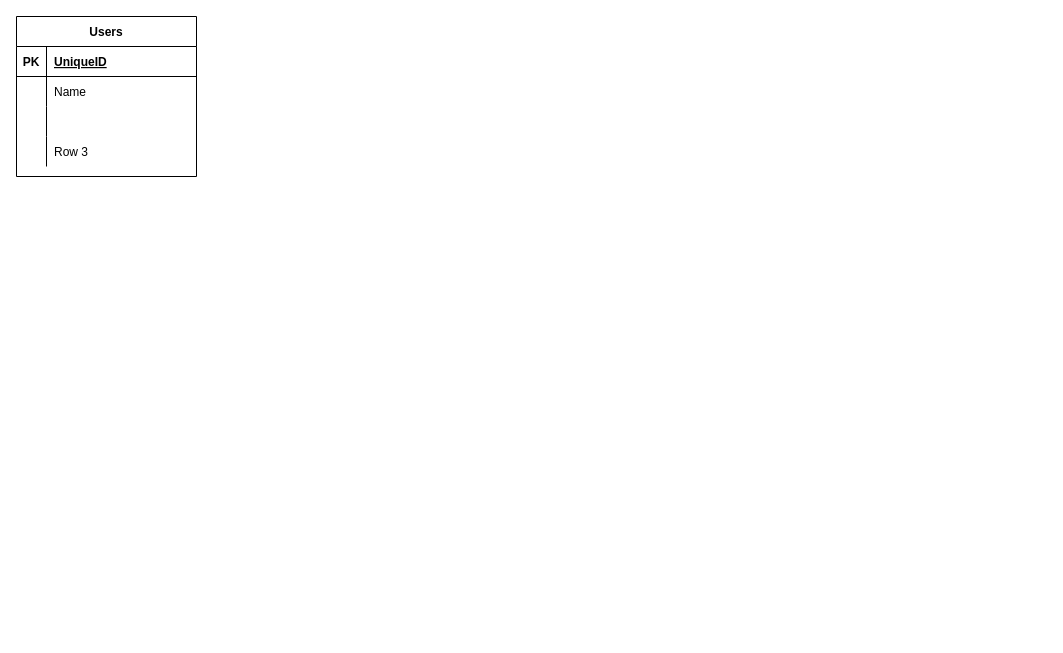
AkiyoshiSatoshi/EC_Backend keeps this draw.io diagram as db_contruct.dio. Above is the earlier version. Source tidied: cells renumbered, new cells numbered last; positions are measured from the earlier drawing's top-left corner, leaving out a move shared by most shapes. Both pictures are drawn from the tidied source at 100%, with x=0, y=0 at pixel (16, 16).
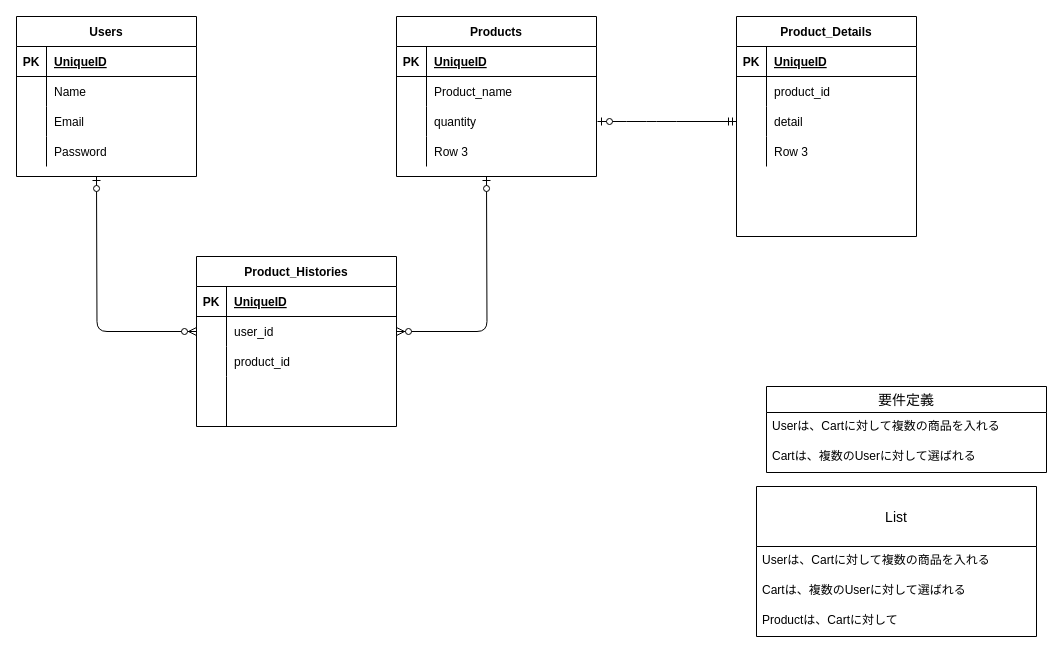
After the change.

Commit message (it also covers changes not shown here):
Product create seeder function and add index and show function

Unchanged cells that the change refers to:
```xml
<mxCell id="9" style="shape=partialRectangle;fillColor=none;top=0;left=0;bottom=0;right=0;" parent="2" vertex="1">
  <mxGeometry y="90" width="180" height="30" as="geometry" />
</mxCell>
<mxCell id="12" style="shape=partialRectangle;fillColor=none;top=0;left=0;bottom=0;right=0;" parent="2" vertex="1">
  <mxGeometry y="120" width="180" height="30" as="geometry" />
</mxCell>
```

What changed in the source:
```diff
@@
-    <mxCell id="11" style="shape=partialRectangle;fillColor=none;top=0;left=0;bottom=0;right=0;align=left;spacingLeft=6;overflow=hidden;" parent="9" vertex="1">
+    <mxCell id="11" value="Email" style="shape=partialRectangle;fillColor=none;top=0;left=0;bottom=0;right=0;align=left;spacingLeft=6;overflow=hidden;" parent="9" vertex="1">
       <mxGeometry x="30" width="150" height="30" as="geometry" />
     </mxCell>
@@
-    <mxCell id="14" value="Row 3" style="shape=partialRectangle;fillColor=none;top=0;left=0;bottom=0;right=0;align=left;spacingLeft=6;overflow=hidden;" parent="12" vertex="1">
+    <mxCell id="14" value="Password" style="shape=partialRectangle;fillColor=none;top=0;left=0;bottom=0;right=0;align=left;spacingLeft=6;overflow=hidden;" parent="12" vertex="1">
       <mxGeometry x="30" width="150" height="30" as="geometry" />
     </mxCell>
+    <mxCell id="15" value="Product_Details" style="shape=table;startSize=30;childLayout=tableLayout;rowLines=0;fontStyle=1;align=center;" parent="1" vertex="1">
+      <mxGeometry x="720" width="180" height="220" as="geometry" />
+    </mxCell>
+    <mxCell id="16" style="shape=partialRectangle;fillColor=none;top=0;left=0;bottom=1;right=0;" parent="15" vertex="1">
+      <mxGeometry y="30" width="180" height="30" as="geometry" />
+    </mxCell>
+    <mxCell id="17" value="PK" style="shape=partialRectangle;fillColor=none;top=0;left=0;bottom=0;right=0;fontStyle=1;overflow=hidden;" parent="16" vertex="1">
+      <mxGeometry width="30" height="30" as="geometry" />
+    </mxCell>
+    <mxCell id="18" value="UniqueID" style="shape=partialRectangle;fillColor=none;top=0;left=0;bottom=0;right=0;align=left;spacingLeft=6;fontStyle=5;overflow=hidden;" parent="16" vertex="1">
+      <mxGeometry x="30" width="150" height="30" as="geometry" />
+    </mxCell>
+    <mxCell id="19" style="shape=partialRectangle;fillColor=none;top=0;left=0;bottom=0;right=0;" parent="15" vertex="1">
+      <mxGeometry y="60" width="180" height="30" as="geometry" />
+    </mxCell>
+    <mxCell id="20" style="shape=partialRectangle;fillColor=none;top=0;left=0;bottom=0;right=0;overflow=hidden;" parent="19" vertex="1">
+      <mxGeometry width="30" height="30" as="geometry" />
+    </mxCell>
+    <mxCell id="21" value="product_id" style="shape=partialRectangle;fillColor=none;top=0;left=0;bottom=0;right=0;align=left;spacingLeft=6;overflow=hidden;" parent="19" vertex="1">
+      <mxGeometry x="30" width="150" height="30" as="geometry" />
+    </mxCell>
+    <mxCell id="22" style="shape=partialRectangle;fillColor=none;top=0;left=0;bottom=0;right=0;points=[[0,0.5],[1,0.5]];portConstraint=eastwest;" parent="15" vertex="1">
+      <mxGeometry y="90" width="180" height="30" as="geometry" />
+    </mxCell>
+    <mxCell id="23" style="shape=partialRectangle;fillColor=none;top=0;left=0;bottom=0;right=0;overflow=hidden;" parent="22" vertex="1">
+      <mxGeometry width="30" height="30" as="geometry" />
+    </mxCell>
+    <mxCell id="24" value="detail" style="shape=partialRectangle;fillColor=none;top=0;left=0;bottom=0;right=0;align=left;spacingLeft=6;overflow=hidden;" parent="22" vertex="1">
+      <mxGeometry x="30" width="150" height="30" as="geometry" />
+    </mxCell>
+    <mxCell id="25" style="shape=partialRectangle;fillColor=none;top=0;left=0;bottom=0;right=0;" parent="15" vertex="1">
+      <mxGeometry y="120" width="180" height="30" as="geometry" />
+    </mxCell>
+    <mxCell id="26" style="shape=partialRectangle;fillColor=none;top=0;left=0;bottom=0;right=0;overflow=hidden;" parent="25" vertex="1">
+      <mxGeometry width="30" height="30" as="geometry" />
+    </mxCell>
+    <mxCell id="27" value="Row 3" style="shape=partialRectangle;fillColor=none;top=0;left=0;bottom=0;right=0;align=left;spacingLeft=6;overflow=hidden;" parent="25" vertex="1">
+      <mxGeometry x="30" width="150" height="30" as="geometry" />
+    </mxCell>
+    <mxCell id="28" value="要件定義" style="swimlane;fontStyle=0;horizontal=1;startSize=26;align=center;fontSize=14;" parent="1" vertex="1">
+      <mxGeometry x="750" y="370" width="280" height="86" as="geometry" />
+    </mxCell>
+    <mxCell id="29" value="Userは、Cartに対して複数の商品を入れる" style="text;strokeColor=none;fillColor=none;spacingLeft=4;spacingRight=4;overflow=hidden;fontSize=12;" parent="28" vertex="1">
+      <mxGeometry y="26" width="280" height="30" as="geometry" />
+    </mxCell>
+    <mxCell id="30" value="Cartは、複数のUserに対して選ばれる" style="text;strokeColor=none;fillColor=none;spacingLeft=4;spacingRight=4;overflow=hidden;fontSize=12;" parent="28" vertex="1">
+      <mxGeometry y="56" width="280" height="30" as="geometry" />
+    </mxCell>
+    <mxCell id="31" value="Products" style="shape=table;startSize=30;childLayout=tableLayout;rowLines=0;fontStyle=1;align=center;" parent="1" vertex="1">
+      <mxGeometry x="380" width="200" height="160" as="geometry" />
+    </mxCell>
+    <mxCell id="32" style="shape=partialRectangle;fillColor=none;top=0;left=0;bottom=1;right=0;" parent="31" vertex="1">
+      <mxGeometry y="30" width="200" height="30" as="geometry" />
+    </mxCell>
+    <mxCell id="33" value="PK" style="shape=partialRectangle;fillColor=none;top=0;left=0;bottom=0;right=0;fontStyle=1;overflow=hidden;" parent="32" vertex="1">
+      <mxGeometry width="30" height="30" as="geometry" />
+    </mxCell>
+    <mxCell id="34" value="UniqueID" style="shape=partialRectangle;fillColor=none;top=0;left=0;bottom=0;right=0;align=left;spacingLeft=6;fontStyle=5;overflow=hidden;" parent="32" vertex="1">
+      <mxGeometry x="30" width="170" height="30" as="geometry" />
+    </mxCell>
+    <mxCell id="35" style="shape=partialRectangle;fillColor=none;top=0;left=0;bottom=0;right=0;" parent="31" vertex="1">
+      <mxGeometry y="60" width="200" height="30" as="geometry" />
+    </mxCell>
+    <mxCell id="36" style="shape=partialRectangle;fillColor=none;top=0;left=0;bottom=0;right=0;overflow=hidden;" parent="35" vertex="1">
+      <mxGeometry width="30" height="30" as="geometry" />
+    </mxCell>
+    <mxCell id="37" value="Product_name" style="shape=partialRectangle;fillColor=none;top=0;left=0;bottom=0;right=0;align=left;spacingLeft=6;overflow=hidden;" parent="35" vertex="1">
+      <mxGeometry x="30" width="170" height="30" as="geometry" />
+    </mxCell>
+    <mxCell id="38" style="shape=partialRectangle;fillColor=none;top=0;left=0;bottom=0;right=0;" parent="31" vertex="1">
+      <mxGeometry y="90" width="200" height="30" as="geometry" />
+    </mxCell>
+    <mxCell id="39" style="shape=partialRectangle;fillColor=none;top=0;left=0;bottom=0;right=0;overflow=hidden;" parent="38" vertex="1">
+      <mxGeometry width="30" height="30" as="geometry" />
+    </mxCell>
+    <mxCell id="40" value="quantity" style="shape=partialRectangle;fillColor=none;top=0;left=0;bottom=0;right=0;align=left;spacingLeft=6;overflow=hidden;" parent="38" vertex="1">
+      <mxGeometry x="30" width="170" height="30" as="geometry" />
+    </mxCell>
+    <mxCell id="41" style="shape=partialRectangle;fillColor=none;top=0;left=0;bottom=0;right=0;" parent="31" vertex="1">
+      <mxGeometry y="120" width="200" height="30" as="geometry" />
+    </mxCell>
+    <mxCell id="42" style="shape=partialRectangle;fillColor=none;top=0;left=0;bottom=0;right=0;overflow=hidden;" parent="41" vertex="1">
+      <mxGeometry width="30" height="30" as="geometry" />
+    </mxCell>
+    <mxCell id="43" value="Row 3" style="shape=partialRectangle;fillColor=none;top=0;left=0;bottom=0;right=0;align=left;spacingLeft=6;overflow=hidden;" parent="41" vertex="1">
+      <mxGeometry x="30" width="170" height="30" as="geometry" />
+    </mxCell>
+    <mxCell id="44" value="List" style="swimlane;fontStyle=0;horizontal=1;startSize=60;align=center;fontSize=14;" parent="1" vertex="1">
+      <mxGeometry x="740" y="470" width="280" height="150" as="geometry" />
+    </mxCell>
+    <mxCell id="45" value="Userは、Cartに対して複数の商品を入れる" style="text;strokeColor=none;fillColor=none;spacingLeft=4;spacingRight=4;overflow=hidden;fontSize=12;" parent="44" vertex="1">
+      <mxGeometry y="60" width="280" height="30" as="geometry" />
+    </mxCell>
+    <mxCell id="46" value="Cartは、複数のUserに対して選ばれる" style="text;strokeColor=none;fillColor=none;spacingLeft=4;spacingRight=4;overflow=hidden;fontSize=12;" parent="44" vertex="1">
+      <mxGeometry y="90" width="280" height="30" as="geometry" />
+    </mxCell>
+    <mxCell id="47" value="Productは、Cartに対して" style="text;strokeColor=none;fillColor=none;spacingLeft=4;spacingRight=4;overflow=hidden;fontSize=12;" parent="44" vertex="1">
+      <mxGeometry y="120" width="280" height="30" as="geometry" />
+    </mxCell>
+    <mxCell id="48" value="Product_Histories" style="shape=table;startSize=30;childLayout=tableLayout;rowLines=0;fontStyle=1;align=center;" parent="1" vertex="1">
+      <mxGeometry x="180" y="240" width="200" height="170" as="geometry" />
+    </mxCell>
+    <mxCell id="49" style="shape=partialRectangle;fillColor=none;top=0;left=0;bottom=1;right=0;" parent="48" vertex="1">
+      <mxGeometry y="30" width="200" height="30" as="geometry" />
+    </mxCell>
+    <mxCell id="50" value="PK" style="shape=partialRectangle;fillColor=none;top=0;left=0;bottom=0;right=0;fontStyle=1;overflow=hidden;" parent="49" vertex="1">
+      <mxGeometry width="30" height="30" as="geometry" />
+    </mxCell>
+    <mxCell id="51" value="UniqueID" style="shape=partialRectangle;fillColor=none;top=0;left=0;bottom=0;right=0;align=left;spacingLeft=6;fontStyle=5;overflow=hidden;" parent="49" vertex="1">
+      <mxGeometry x="30" width="170" height="30" as="geometry" />
+    </mxCell>
+    <mxCell id="52" style="shape=partialRectangle;fillColor=none;top=0;left=0;bottom=0;right=0;points=[[0,0.5],[1,0.5]];portConstraint=eastwest;" parent="48" vertex="1">
+      <mxGeometry y="60" width="200" height="30" as="geometry" />
+    </mxCell>
+    <mxCell id="53" style="shape=partialRectangle;fillColor=none;top=0;left=0;bottom=0;right=0;overflow=hidden;" parent="52" vertex="1">
+      <mxGeometry width="30" height="30" as="geometry" />
+    </mxCell>
+    <mxCell id="54" value="user_id" style="shape=partialRectangle;fillColor=none;top=0;left=0;bottom=0;right=0;align=left;spacingLeft=6;overflow=hidden;" parent="52" vertex="1">
+      <mxGeometry x="30" width="170" height="30" as="geometry" />
+    </mxCell>
+    <mxCell id="55" style="shape=partialRectangle;fillColor=none;top=0;left=0;bottom=0;right=0;" parent="48" vertex="1">
+      <mxGeometry y="90" width="200" height="30" as="geometry" />
+    </mxCell>
+    <mxCell id="56" style="shape=partialRectangle;fillColor=none;top=0;left=0;bottom=0;right=0;overflow=hidden;" parent="55" vertex="1">
+      <mxGeometry width="30" height="30" as="geometry" />
+    </mxCell>
+    <mxCell id="57" value="product_id" style="shape=partialRectangle;fillColor=none;top=0;left=0;bottom=0;right=0;align=left;spacingLeft=6;overflow=hidden;" parent="55" vertex="1">
+      <mxGeometry x="30" width="170" height="30" as="geometry" />
+    </mxCell>
+    <mxCell id="58" style="shape=partialRectangle;fillColor=none;top=0;left=0;bottom=0;right=0;" parent="48" vertex="1">
+      <mxGeometry y="120" width="200" height="50" as="geometry" />
+    </mxCell>
+    <mxCell id="59" style="shape=partialRectangle;fillColor=none;top=0;left=0;bottom=0;right=0;overflow=hidden;" parent="58" vertex="1">
+      <mxGeometry width="30" height="50" as="geometry" />
+    </mxCell>
+    <mxCell id="60" style="shape=partialRectangle;fillColor=none;top=0;left=0;bottom=0;right=0;align=left;spacingLeft=6;overflow=hidden;" parent="58" vertex="1">
+      <mxGeometry x="30" width="170" height="50" as="geometry" />
+    </mxCell>
+    <mxCell id="61" style="edgeStyle=orthogonalEdgeStyle;fontSize=12;html=1;endArrow=ERzeroToMany;startArrow=ERzeroToOne;entryX=0;entryY=0.5;entryDx=0;entryDy=0;" parent="1" edge="1" target="52">
+      <mxGeometry relative="1" as="geometry">
+        <mxPoint x="80" y="160" as="sourcePoint" />
+      </mxGeometry>
+    </mxCell>
+    <mxCell id="62" style="edgeStyle=orthogonalEdgeStyle;fontSize=12;html=1;endArrow=ERzeroToMany;startArrow=ERzeroToOne;entryX=1;entryY=0.5;entryDx=0;entryDy=0;" parent="1" edge="1" target="52">
+      <mxGeometry relative="1" as="geometry">
+        <mxPoint x="470" y="160" as="sourcePoint" />
+      </mxGeometry>
+    </mxCell>
+    <mxCell id="63" style="fontSize=12;html=1;endArrow=ERzeroToOne;startArrow=ERmandOne;exitX=0;exitY=0.5;exitDx=0;exitDy=0;" parent="1" edge="1" source="22">
+      <mxGeometry relative="1" as="geometry">
+        <mxPoint x="581" y="105" as="targetPoint" />
+        <Array as="points">
+          <mxPoint x="650" y="105" />
+          <mxPoint x="620" y="105" />
+        </Array>
+      </mxGeometry>
+    </mxCell>
```
